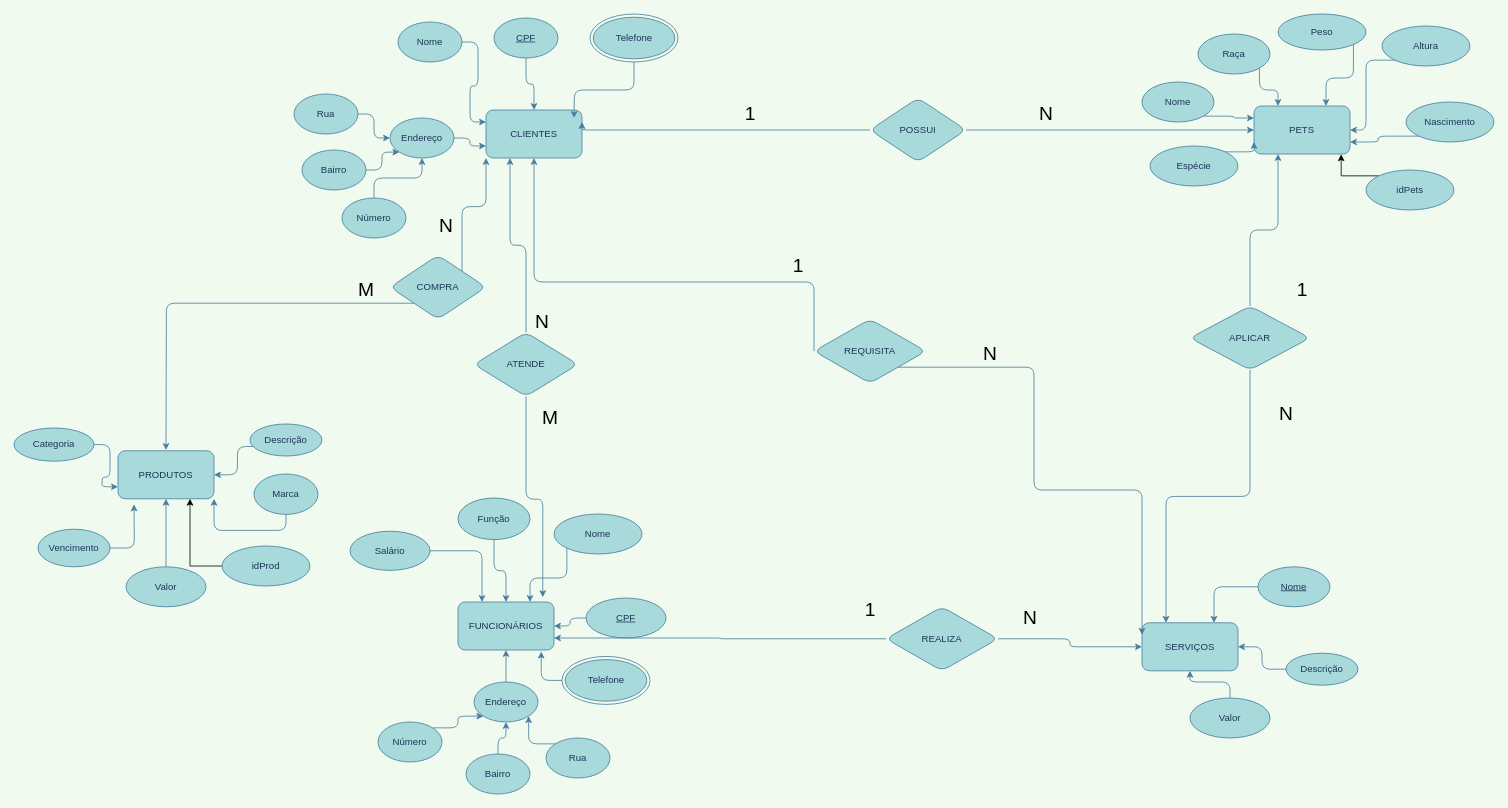
Before: PetShop.drawio in analaura09/Banco-de-Dados, a draw.io diagram. Source tidied: cells renumbered, new cells numbered last; positions are measured from the earlier drawing's top-left corner, leaving out a move shared by most shapes. Both pictures are drawn from the tidied source at 80%, with x=0, y=0 at pixel (14, 14).
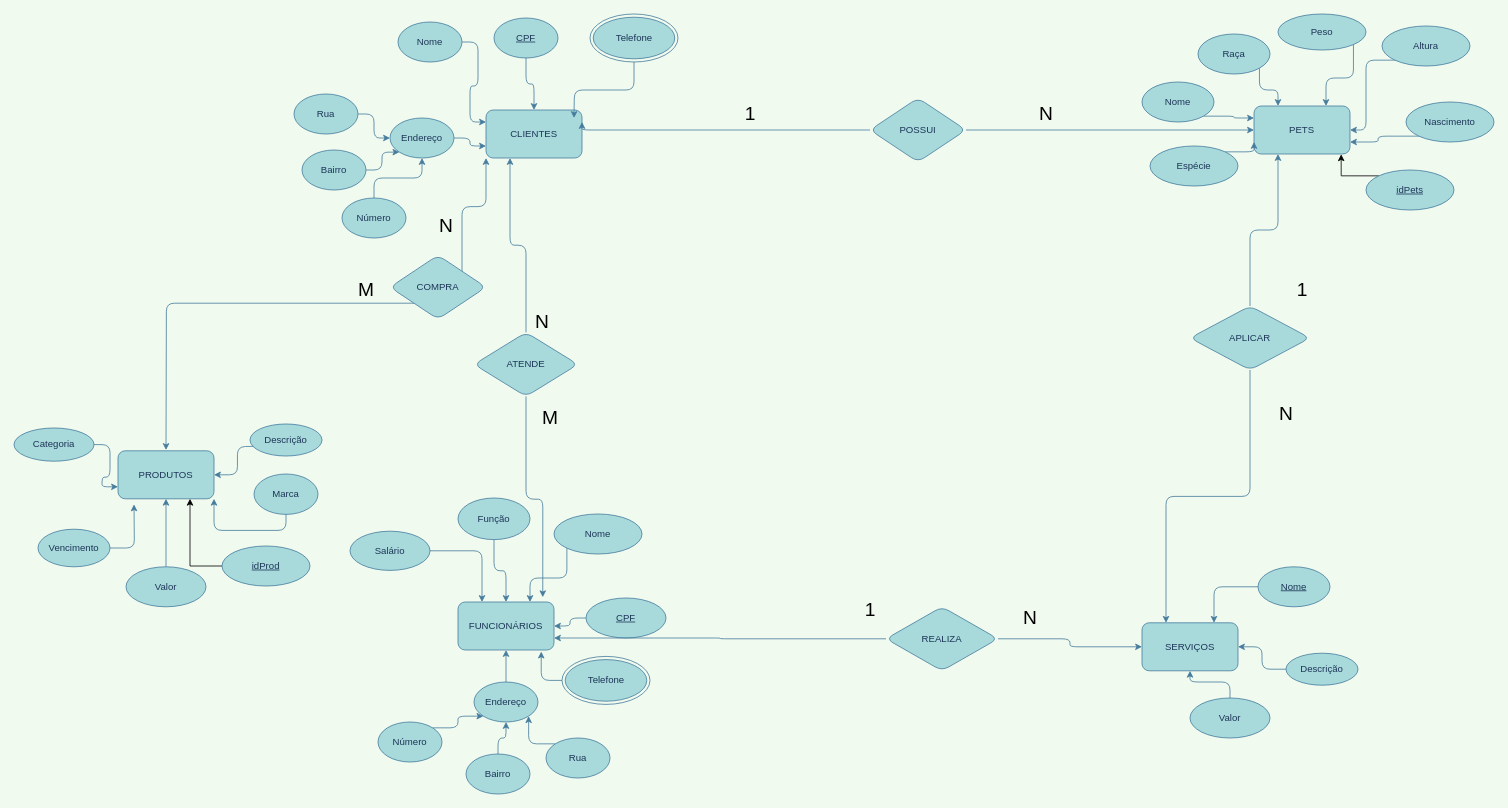
After the change.

Unchanged cells that the change refers to:
```xml
<mxCell id="2" value="CLIENTES" style="whiteSpace=wrap;html=1;fillColor=#A8DADC;strokeColor=#457B9D;fontColor=#1D3557;rounded=1;" parent="1" vertex="1">
  <mxGeometry x="590" y="120" width="120" height="60" as="geometry" />
</mxCell>
<mxCell id="60" value="SERVIÇOS" style="whiteSpace=wrap;html=1;shadow=0;strokeColor=#457B9D;fillColor=#A8DADC;fontColor=#1D3557;rounded=1;" parent="1" vertex="1">
  <mxGeometry x="1410" y="761" width="120" height="60" as="geometry" />
</mxCell>
```

Change to the diagram source:
```diff
@@
-    <mxCell id="82" style="edgeStyle=orthogonalEdgeStyle;jettySize=auto;html=1;exitX=1;exitY=1;exitDx=0;exitDy=0;entryX=0;entryY=0.25;entryDx=0;entryDy=0;strokeColor=#457B9D;fontColor=#1D3557;labelBackgroundColor=#F1FAEE;" parent="1" edge="1" source="84" target="60">
-      <mxGeometry relative="1" as="geometry">
-        <Array as="points">
-          <mxPoint x="1275" y="442" />
-          <mxPoint x="1275" y="595" />
-          <mxPoint x="1410" y="595" />
-        </Array>
-      </mxGeometry>
-    </mxCell>
-    <mxCell id="83" style="edgeStyle=orthogonalEdgeStyle;jettySize=auto;html=1;exitX=0;exitY=0.5;exitDx=0;exitDy=0;entryX=0.5;entryY=1;entryDx=0;entryDy=0;strokeColor=#457B9D;fontColor=#1D3557;labelBackgroundColor=#F1FAEE;" parent="1" edge="1" source="84" target="2">
-      <mxGeometry relative="1" as="geometry">
-        <Array as="points">
-          <mxPoint x="1000" y="335" />
-          <mxPoint x="650" y="335" />
-        </Array>
-      </mxGeometry>
-    </mxCell>
-    <mxCell id="84" value="REQUISITA" style="rhombus;whiteSpace=wrap;html=1;fillColor=#A8DADC;strokeColor=#457B9D;fontColor=#1D3557;rounded=1;" parent="1" vertex="1">
-      <mxGeometry x="1000" y="381.5" width="140" height="80" as="geometry" />
-    </mxCell>
@@
-    <mxCell id="91" value="&lt;font style=&quot;font-size: 24px&quot;&gt;1&lt;/font&gt;" style="text;html=1;align=center;verticalAlign=middle;" parent="1" vertex="1">
-      <mxGeometry x="965" y="305" width="30" height="20" as="geometry" />
-    </mxCell>
-    <mxCell id="92" value="&lt;font style=&quot;font-size: 24px&quot;&gt;N&lt;/font&gt;" style="text;html=1;align=center;verticalAlign=middle;" parent="1" vertex="1">
-      <mxGeometry x="1205" y="415" width="30" height="20" as="geometry" />
-    </mxCell>
@@
-    <mxCell id="98" value="idPets" style="ellipse;whiteSpace=wrap;html=1;shadow=0;strokeColor=#457B9D;fillColor=#A8DADC;fontColor=#1D3557;rounded=1;" parent="1" vertex="1">
+    <mxCell id="98" value="&lt;u&gt;idPets&lt;/u&gt;" style="ellipse;whiteSpace=wrap;html=1;shadow=0;strokeColor=#457B9D;fillColor=#A8DADC;fontColor=#1D3557;rounded=1;" parent="1" vertex="1">
       <mxGeometry x="1690" y="195" width="110" height="50" as="geometry" />
     </mxCell>
@@
-    <mxCell id="100" value="idProd" style="ellipse;whiteSpace=wrap;html=1;shadow=0;strokeColor=#457B9D;fillColor=#A8DADC;fontColor=#1D3557;rounded=1;" parent="1" vertex="1">
+    <mxCell id="100" value="&lt;u&gt;idProd&lt;/u&gt;" style="ellipse;whiteSpace=wrap;html=1;shadow=0;strokeColor=#457B9D;fillColor=#A8DADC;fontColor=#1D3557;rounded=1;" parent="1" vertex="1">
       <mxGeometry x="260" y="665" width="110" height="50" as="geometry" />
     </mxCell>
```
